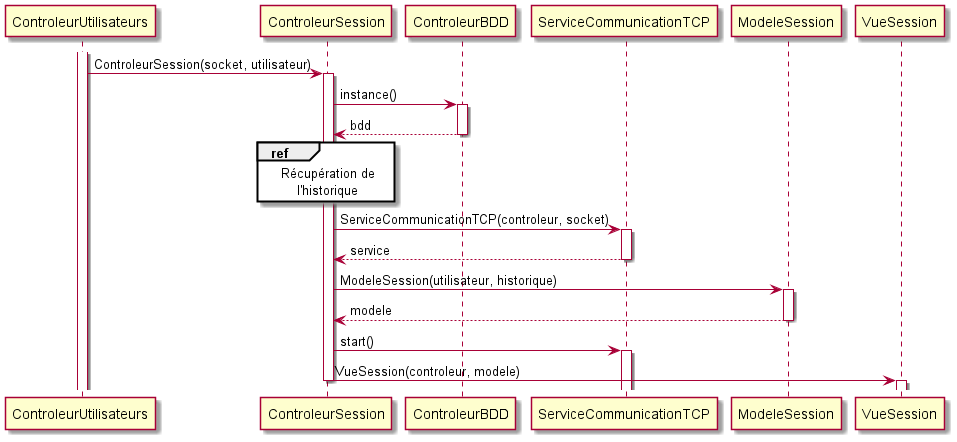
Above: sequence/creation_session.png in arc-hugo/clavardage_uml (PlantUML), before the change.
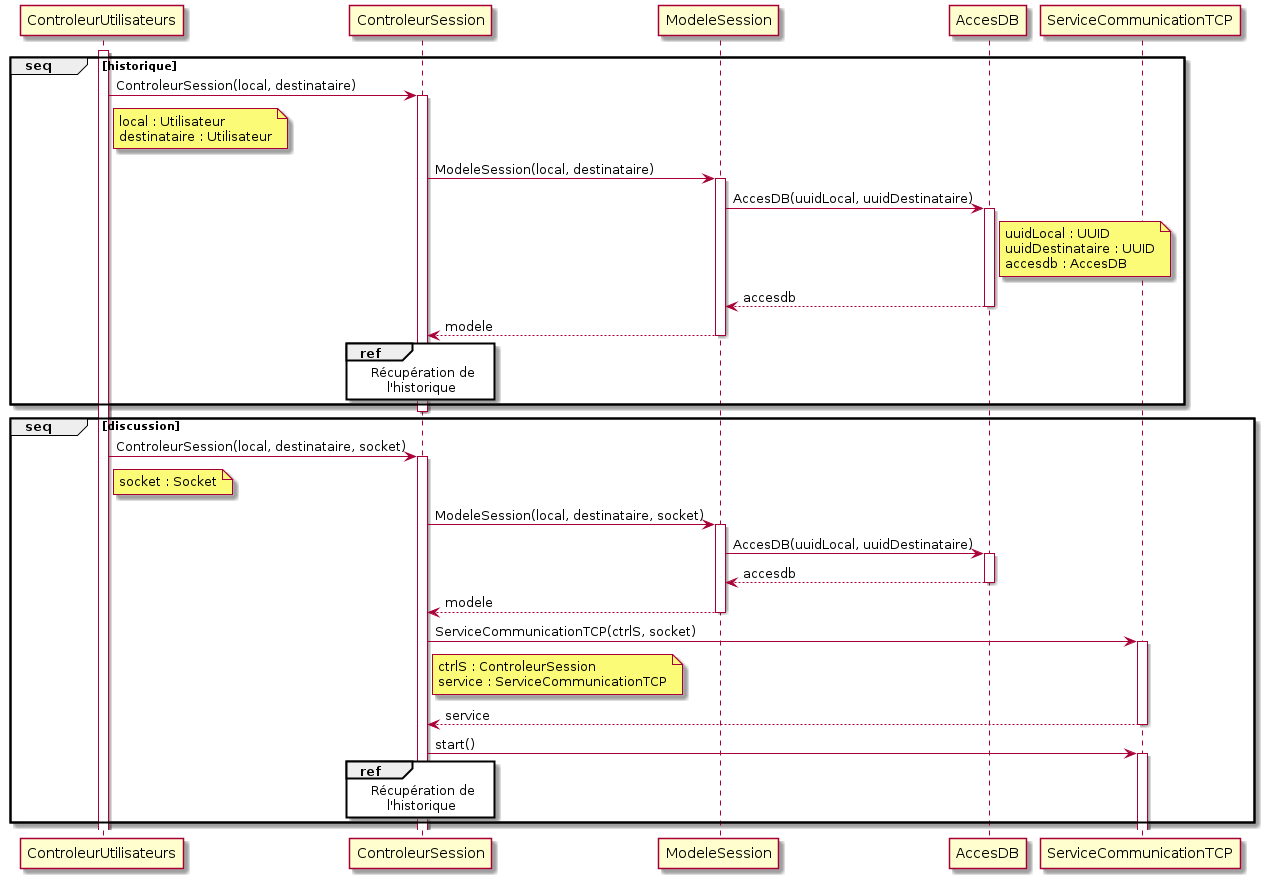
The same file after the commit.

Change to the diagram source:
```diff
@@ -1,26 +1,58 @@
 @startuml creation_session
 activate ControleurUtilisateurs
-ControleurUtilisateurs -> ControleurSession : ControleurSession(socket, utilisateur)
+group seq [historique]
+ControleurUtilisateurs -> ControleurSession : ControleurSession(local, destinataire)
+note right of ControleurUtilisateurs
+local : Utilisateur
+destinataire : Utilisateur
+end note
 activate ControleurSession
-ControleurSession -> ControleurBDD : instance()
-activate ControleurBDD
-ControleurBDD --> ControleurSession : bdd
-deactivate
+ControleurSession -> ModeleSession : ModeleSession(local, destinataire)
+activate ModeleSession
+ModeleSession -> AccesDB : AccesDB(uuidLocal, uuidDestinataire)
+note right of AccesDB
+uuidLocal : UUID
+uuidDestinataire : UUID
+accesdb : AccesDB
+end note
+activate AccesDB
+AccesDB --> ModeleSession : accesdb
+deactivate AccesDB
+ModeleSession --> ControleurSession : modele
+deactivate ModeleSession
 ref over ControleurSession
     Récupération de
         l'historique
 end ref
-ControleurSession -> ServiceCommunicationTCP : ServiceCommunicationTCP(controleur, socket)
+end seq
+deactivate ControleurSession
+group seq [discussion]
+ControleurUtilisateurs -> ControleurSession : ControleurSession(local, destinataire, socket)
+note right of ControleurUtilisateurs
+socket : Socket
+end note
+activate ControleurSession
+ControleurSession -> ModeleSession : ModeleSession(local, destinataire, socket)
+activate ModeleSession
+ModeleSession -> AccesDB : AccesDB(uuidLocal, uuidDestinataire)
+activate AccesDB
+AccesDB --> ModeleSession : accesdb
+deactivate AccesDB
+ModeleSession --> ControleurSession : modele
+deactivate ModeleSession
+ControleurSession -> ServiceCommunicationTCP : ServiceCommunicationTCP(ctrlS, socket)
+note right of ControleurSession
+ctrlS : ControleurSession
+service : ServiceCommunicationTCP
+end note
 activate ServiceCommunicationTCP
 ServiceCommunicationTCP --> ControleurSession : service
 deactivate ServiceCommunicationTCP
-ControleurSession -> ModeleSession : ModeleSession(utilisateur, historique)
-activate ModeleSession
-ModeleSession --> ControleurSession : modele
-deactivate ModeleSession
 ControleurSession -> ServiceCommunicationTCP : start()
 activate ServiceCommunicationTCP
-ControleurSession -> VueSession : VueSession(controleur, modele)
-deactivate ControleurSession
-activate VueSession
+ref over ControleurSession
+    Récupération de
+        l'historique
+end ref
+end seq
 @enduml
```
